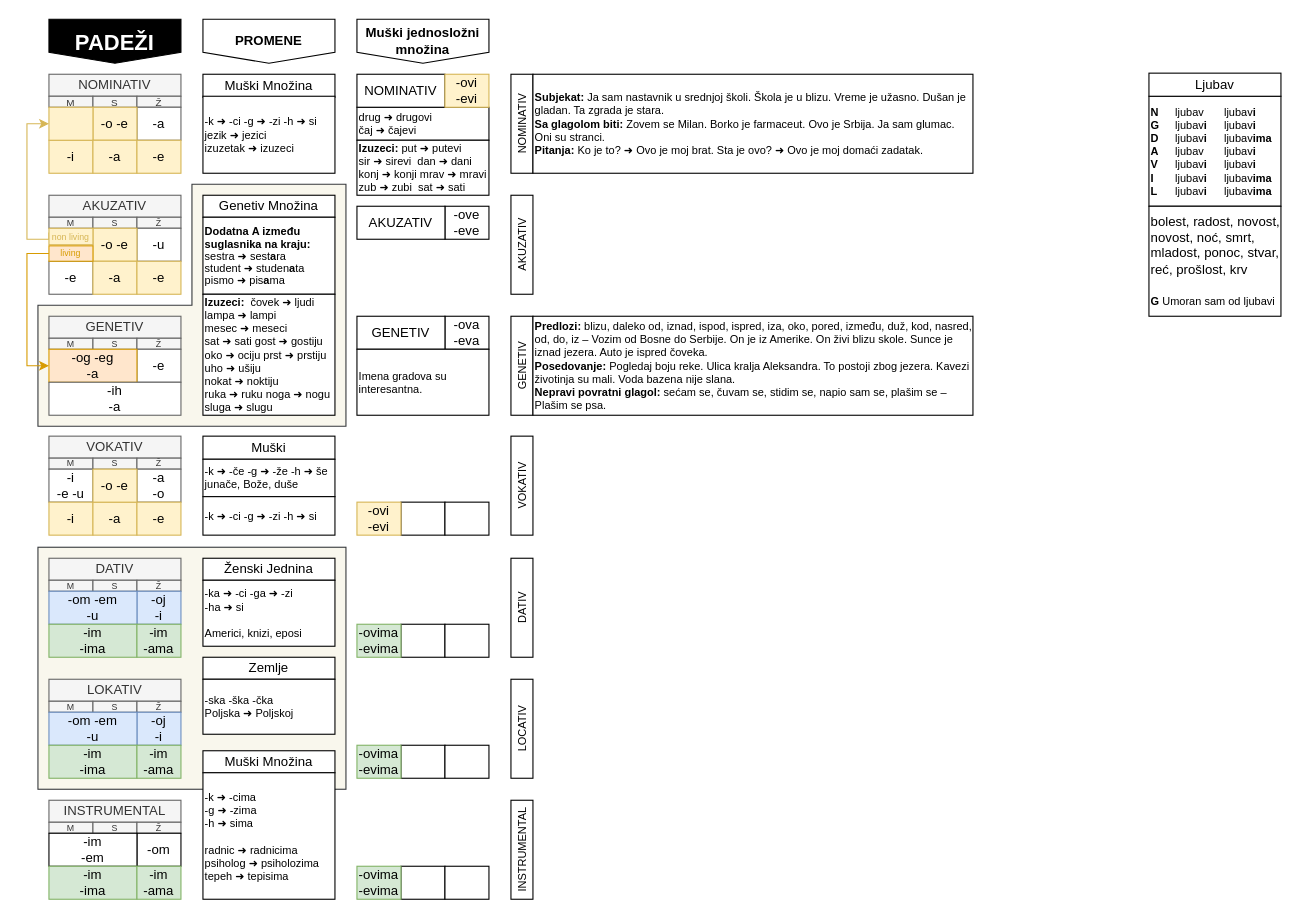
vlandivir/srpski keeps this draw.io diagram as padezi.drawio. Above is the earlier version. Source tidied: cells renumbered, new cells numbered last; positions are measured from the earlier drawing's top-left corner, leaving out a move shared by most shapes. Both pictures are drawn from the tidied source at 110%, with x=0, y=0 at pixel (26, 19).
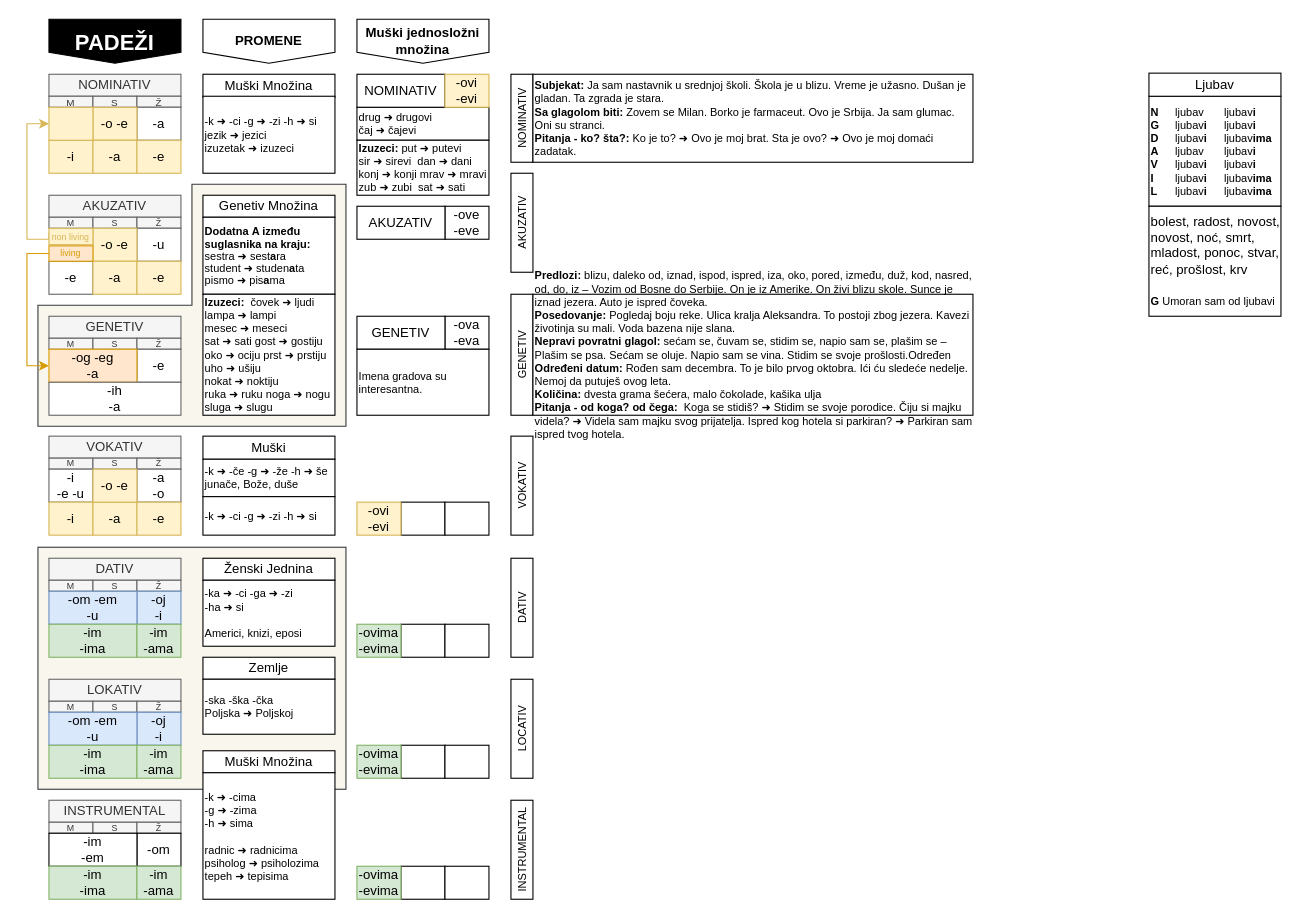
The same page after the edit.

Change to the diagram source:
```diff
@@
     <mxCell id="103" value="NOMINATIV" style="rounded=0;whiteSpace=wrap;html=1;fontSize=10;horizontal=0;" parent="1" vertex="1">
-      <mxGeometry x="440" y="50" width="20" height="90" as="geometry" />
+      <mxGeometry x="440" y="50" width="20" height="80" as="geometry" />
     </mxCell>
     <mxCell id="104" value="AKUZATIV" style="rounded=0;whiteSpace=wrap;html=1;fontSize=10;horizontal=0;" parent="1" vertex="1">
-      <mxGeometry x="440" y="160" width="20" height="90" as="geometry" />
+      <mxGeometry x="440" y="140" width="20" height="90" as="geometry" />
     </mxCell>
     <mxCell id="105" value="GENETIV" style="rounded=0;whiteSpace=wrap;html=1;fontSize=10;horizontal=0;" parent="1" vertex="1">
-      <mxGeometry x="440" y="270" width="20" height="90" as="geometry" />
+      <mxGeometry x="440" y="250" width="20" height="110" as="geometry" />
     </mxCell>
@@
-    <mxCell id="110" value="&lt;b&gt;Subjekat:&lt;/b&gt; Ja sam nastavnik u srednjoj školi. Škola je u blizu. Vreme je užasno. Dušan je gladan. Ta zgrada je stara. &lt;br&gt;&lt;b&gt;Sa glagolom biti: &lt;/b&gt;Zovem se Milan. Borko je farmaceut. Ovo je Srbija. Ja sam glumac. Oni su stranci.&lt;br&gt;&lt;b&gt;Pitanja: &lt;/b&gt;Ko je to? ➜ Ovo je moj brat. Sta je ovo? ➜ Ovo je moj domaći zadatak." style="rounded=0;whiteSpace=wrap;html=1;align=left;fontSize=10;" parent="1" vertex="1">
-      <mxGeometry x="460" y="50" width="400" height="90" as="geometry" />
+    <mxCell id="110" value="&lt;b&gt;Subjekat:&lt;/b&gt; Ja sam nastavnik u srednjoj školi. Škola je u blizu. Vreme je užasno. Dušan je gladan. Ta zgrada je stara. &lt;br&gt;&lt;b&gt;Sa glagolom biti: &lt;/b&gt;Zovem se Milan. Borko je farmaceut. Ovo je Srbija. Ja sam glumac. Oni su stranci.&lt;br&gt;&lt;b&gt;Pitanja - ko? šta?: &lt;/b&gt;Ko je to? ➜ Ovo je moj brat. Sta je ovo? ➜ Ovo je moj domaći zadatak.&amp;nbsp;" style="rounded=0;whiteSpace=wrap;html=1;align=left;fontSize=10;" parent="1" vertex="1">
+      <mxGeometry x="460" y="50" width="400" height="80" as="geometry" />
     </mxCell>
@@
-    <mxCell id="114" value="&lt;b&gt;Predlozi: &lt;/b&gt;blizu, daleko od, iznad, ispod, ispred, iza, oko, pored, između, duž, kod, nasred, od, do, iz – Vozim od Bosne do Serbije. On je iz Amerike. On živi blizu skole. Sunce je iznad jezera. Auto je ispred čoveka.&amp;nbsp;&lt;br&gt;&lt;b&gt;Posedovanje: &lt;/b&gt;Pogledaj boju reke. Ulica kralja Aleksandra. To postoji zbog jezera. Kavezi životinja su mali. Voda bazena nije slana.&lt;br&gt;&lt;b&gt;Nepravi povratni glagol: &lt;/b&gt;sećam se, čuvam se, stidim se, napio sam se, plašim se – Plašim se psa.&amp;nbsp;" style="rounded=0;whiteSpace=wrap;html=1;align=left;fontSize=10;" parent="1" vertex="1">
-      <mxGeometry x="460" y="270" width="400" height="90" as="geometry" />
+    <mxCell id="114" value="&lt;b&gt;Predlozi: &lt;/b&gt;blizu, daleko od, iznad, ispod, ispred, iza, oko, pored, između, duž, kod, nasred, od, do, iz – Vozim od Bosne do Serbije. On je iz Amerike. On živi blizu skole. Sunce je iznad jezera. Auto je ispred čoveka.&amp;nbsp;&lt;br&gt;&lt;b&gt;Posedovanje: &lt;/b&gt;Pogledaj boju reke. Ulica kralja Aleksandra. To postoji zbog jezera. Kavezi životinja su mali. Voda bazena nije slana.&lt;br&gt;&lt;b&gt;Nepravi povratni glagol: &lt;/b&gt;sećam se, čuvam se, stidim se, napio sam se, plašim se – Plašim se psa. Sećam se oluje. Napio sam se vina. Stidim se svoje prošlosti.Određen&lt;br&gt;&lt;b&gt;Određeni&lt;/b&gt;&amp;nbsp;&lt;b&gt;datum: &lt;/b&gt;Ro&lt;span style=&quot;border-color: var(--border-color);&quot;&gt;đen sam decembra. To je bilo prvog oktobra. Ići ću sledeće nedelje. Nemoj da putuješ ovog leta.&lt;br&gt;&lt;/span&gt;&lt;b&gt;Količina:&lt;/b&gt; dvesta grama šećera, malo čokolade, kašika ulja&lt;br&gt;&lt;b&gt;Pitanja - od koga? od čega:&amp;nbsp; &lt;/b&gt;Koga se stidiš? ➜ Stidim se svoje porodice. Čiju si majku videla? ➜ Videla sam majku svog prijatelja. Ispred kog hotela si parkiran? ➜ Parkiran sam ispred tvog hotela." style="rounded=0;whiteSpace=wrap;html=1;align=left;fontSize=10;" parent="1" vertex="1">
+      <mxGeometry x="460" y="250" width="400" height="110" as="geometry" />
     </mxCell>
```
